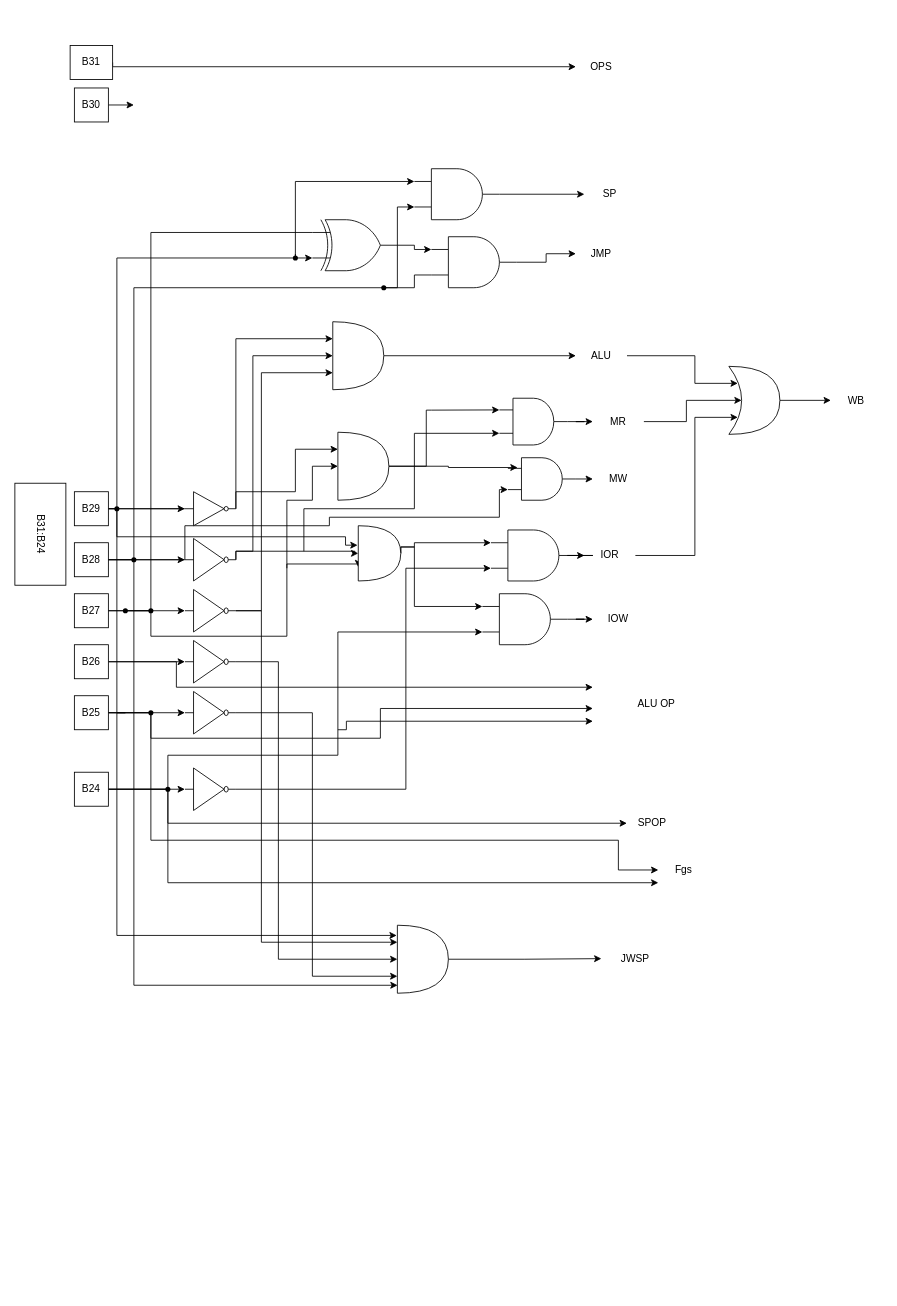
Above: page "Page-2" (2 of 3) of Docs/Design.drawio in AdhamAliAbdelAal/Pipelined-Processor (draw.io), before the change. Source tidied: cells renumbered, new cells numbered last; positions are measured from the earlier drawing's top-left corner, leaving out a move shared by most shapes. Both pictures are drawn from the tidied source at 85%, with x=0, y=0 at pixel (-11, 45).
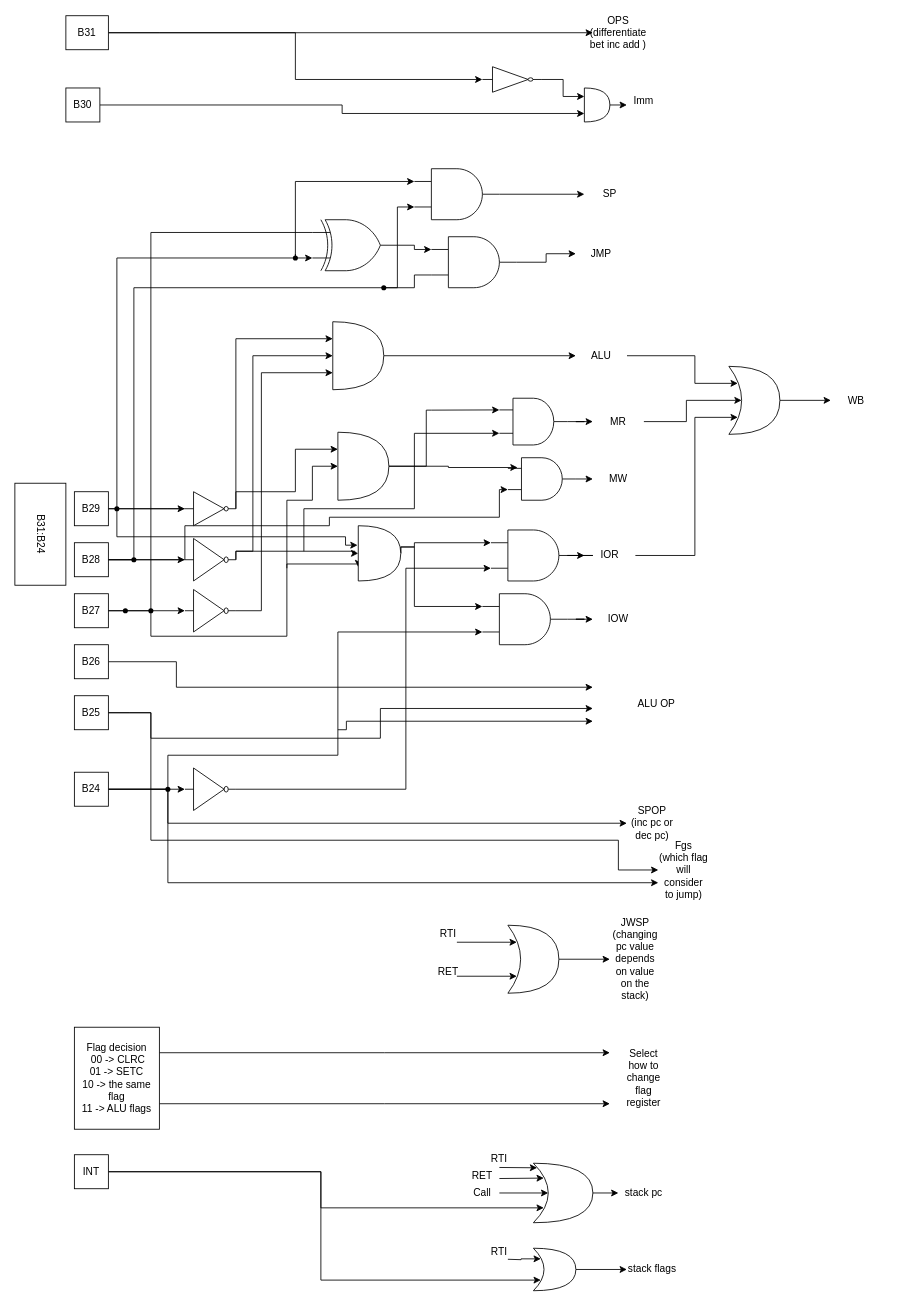
Above is the later version.

Unchanged cells that the change refers to:
```xml
<mxCell id="10" value="B29" style="rounded=0;whiteSpace=wrap;html=1;fontSize=12;" parent="1" vertex="1">
  <mxGeometry x="100" y="525" width="40" height="40" as="geometry" />
</mxCell>
<mxCell id="20" value="B26" style="rounded=0;whiteSpace=wrap;html=1;fontSize=12;" parent="1" vertex="1">
  <mxGeometry x="100" y="705" width="40" height="40" as="geometry" />
</mxCell>
<mxCell id="24" value="B25" style="rounded=0;whiteSpace=wrap;html=1;fontSize=12;" parent="1" vertex="1">
  <mxGeometry x="100" y="765" width="40" height="40" as="geometry" />
</mxCell>
<mxCell id="47" style="verticalLabelPosition=bottom;shadow=0;dashed=0;align=center;html=1;verticalAlign=top;shape=mxgraph.electrical.logic_gates.inverter_2;fontSize=12;" parent="1" vertex="1">
  <mxGeometry x="230" y="640" width="60" height="50" as="geometry" />
</mxCell>
<mxCell id="82" style="shape=waypoint;sketch=0;fillStyle=solid;size=6;points=[];fillColor=none;perimeter=centerPerimeter;snapToPoint=1;fontSize=12;" parent="1" vertex="1">
  <mxGeometry x="140" y="645" width="40" height="40" as="geometry" />
</mxCell>
<mxCell id="84" style="shape=waypoint;sketch=0;fillStyle=solid;size=6;points=[];fillColor=none;perimeter=centerPerimeter;snapToPoint=1;fontSize=12;" parent="1" vertex="1">
  <mxGeometry x="170" y="645" width="40" height="40" as="geometry" />
</mxCell>
<mxCell id="106" style="shape=waypoint;sketch=0;fillStyle=solid;size=6;points=[];fillColor=none;perimeter=centerPerimeter;snapToPoint=1;fontSize=12;" parent="1" vertex="1">
  <mxGeometry x="150" y="585" width="40" height="40" as="geometry" />
</mxCell>
```

Change to the diagram source:
```diff
@@
     <mxCell id="3" style="edgeStyle=orthogonalEdgeStyle;rounded=0;jettySize=auto;html=1;exitX=1;exitY=0.5;exitDx=0;exitDy=0;strokeColor=#000000;strokeWidth=1;fontSize=12;entryX=0;entryY=0.5;entryDx=0;entryDy=0;" parent="1" edge="1" source="4" target="97">
       <mxGeometry relative="1" as="geometry">
         <Array as="points">
-          <mxPoint x="145" y="25" />
+          <mxPoint x="200" y="-15" />
+          <mxPoint x="200" y="-15" />
         </Array>
       </mxGeometry>
     </mxCell>
+    <mxCell id="109" style="edgeStyle=orthogonalEdgeStyle;rounded=0;jettySize=auto;html=1;exitX=1;exitY=0.5;exitDx=0;exitDy=0;entryX=0;entryY=0.5;entryDx=0;entryDy=0;entryPerimeter=0;fontSize=12;" parent="1" edge="1" source="4" target="141">
+      <mxGeometry relative="1" as="geometry" />
+    </mxCell>
     <mxCell id="4" value="B31" style="rounded=0;whiteSpace=wrap;html=1;fontSize=12;" parent="1" vertex="1">
-      <mxGeometry x="95" width="50" height="40" as="geometry" />
+      <mxGeometry x="90" y="-35" width="50" height="40" as="geometry" />
     </mxCell>
-    <mxCell id="5" style="edgeStyle=orthogonalEdgeStyle;rounded=0;jettySize=auto;html=1;exitX=1;exitY=0.5;exitDx=0;exitDy=0;entryX=0;entryY=0.5;entryDx=0;entryDy=0;entryPerimeter=0;strokeColor=#000000;strokeWidth=1;fontSize=12;" parent="1" edge="1" source="6">
-      <mxGeometry relative="1" as="geometry">
-        <mxPoint x="170" y="70" as="targetPoint" />
-      </mxGeometry>
-    </mxCell>
+    <mxCell id="110" style="edgeStyle=orthogonalEdgeStyle;rounded=0;jettySize=auto;html=1;exitX=1;exitY=0.5;exitDx=0;exitDy=0;entryX=0;entryY=0.75;entryDx=0;entryDy=0;entryPerimeter=0;fontSize=12;" parent="1" edge="1" source="6" target="139">
+      <mxGeometry relative="1" as="geometry" />
+    </mxCell>
     <mxCell id="6" value="B30" style="rounded=0;whiteSpace=wrap;html=1;fontSize=12;" parent="1" vertex="1">
-      <mxGeometry x="100" y="50" width="40" height="40" as="geometry" />
+      <mxGeometry x="90" y="50" width="40" height="40" as="geometry" />
     </mxCell>
@@
-    <mxCell id="9" style="edgeStyle=orthogonalEdgeStyle;rounded=0;jettySize=auto;html=1;exitX=1;exitY=0.5;exitDx=0;exitDy=0;entryX=-0.013;entryY=0.15;entryDx=0;entryDy=0;entryPerimeter=0;strokeColor=#000000;strokeWidth=1;fontSize=12;" parent="1" edge="1" source="10" target="103">
-      <mxGeometry relative="1" as="geometry">
-        <Array as="points">
-          <mxPoint x="150" y="545" />
-          <mxPoint x="150" y="1047" />
-        </Array>
-      </mxGeometry>
-    </mxCell>
@@
-    <mxCell id="13" style="edgeStyle=orthogonalEdgeStyle;rounded=0;jettySize=auto;html=1;exitDx=0;exitDy=0;entryX=0.004;entryY=0.883;entryDx=0;entryDy=0;entryPerimeter=0;strokeColor=#000000;strokeWidth=1;fontSize=12;startArrow=none;" parent="1" edge="1" source="106" target="103">
-      <mxGeometry relative="1" as="geometry">
-        <Array as="points">
-          <mxPoint x="170" y="605" />
-          <mxPoint x="170" y="1106" />
-        </Array>
-      </mxGeometry>
-    </mxCell>
@@
-    <mxCell id="18" style="edgeStyle=orthogonalEdgeStyle;rounded=0;jettySize=auto;html=1;exitX=1;exitY=0.5;exitDx=0;exitDy=0;entryX=0;entryY=0.5;entryDx=0;entryDy=0;entryPerimeter=0;strokeColor=#000000;strokeWidth=1;fontSize=12;" parent="1" edge="1" source="20" target="49">
-      <mxGeometry relative="1" as="geometry" />
-    </mxCell>
@@
-    <mxCell id="21" style="edgeStyle=orthogonalEdgeStyle;rounded=0;jettySize=auto;html=1;exitX=1;exitY=0.5;exitDx=0;exitDy=0;entryX=0;entryY=0.5;entryDx=0;entryDy=0;entryPerimeter=0;strokeColor=#000000;strokeWidth=1;fontSize=12;" parent="1" edge="1" source="24" target="51">
-      <mxGeometry relative="1" as="geometry" />
-    </mxCell>
@@
-    <mxCell id="23" style="edgeStyle=orthogonalEdgeStyle;rounded=0;jettySize=auto;html=1;exitDx=0;exitDy=0;strokeColor=#000000;strokeWidth=1;fontSize=12;startArrow=none;" parent="1" edge="1" source="99" target="98">
+    <mxCell id="23" style="edgeStyle=orthogonalEdgeStyle;rounded=0;jettySize=auto;html=1;exitDx=0;exitDy=0;strokeColor=#000000;strokeWidth=1;fontSize=12;startArrow=none;" parent="1" edge="1" target="98">
       <mxGeometry relative="1" as="geometry">
+        <mxPoint x="190" y="785" as="sourcePoint" />
         <Array as="points">
           <mxPoint x="190" y="935" />
           <mxPoint x="740" y="935" />
           <mxPoint x="740" y="970" />
         </Array>
       </mxGeometry>
     </mxCell>
@@
-    <mxCell id="46" style="edgeStyle=orthogonalEdgeStyle;rounded=0;jettySize=auto;html=1;exitX=1;exitY=0.5;exitDx=0;exitDy=0;exitPerimeter=0;entryX=0;entryY=0.25;entryDx=0;entryDy=0;entryPerimeter=0;strokeColor=#000000;strokeWidth=1;fontSize=12;" parent="1" edge="1" source="47" target="103">
-      <mxGeometry relative="1" as="geometry">
-        <Array as="points">
-          <mxPoint x="320" y="665" />
-          <mxPoint x="320" y="1055" />
-        </Array>
-      </mxGeometry>
-    </mxCell>
@@
-    <mxCell id="48" style="edgeStyle=orthogonalEdgeStyle;rounded=0;jettySize=auto;html=1;exitX=1;exitY=0.5;exitDx=0;exitDy=0;exitPerimeter=0;entryX=0;entryY=0.5;entryDx=0;entryDy=0;entryPerimeter=0;strokeColor=#000000;strokeWidth=1;fontSize=12;" parent="1" edge="1" source="49" target="103">
-      <mxGeometry relative="1" as="geometry">
-        <Array as="points">
-          <mxPoint x="340" y="725" />
-          <mxPoint x="340" y="1075" />
-        </Array>
-      </mxGeometry>
-    </mxCell>
-    <mxCell id="49" style="verticalLabelPosition=bottom;shadow=0;dashed=0;align=center;html=1;verticalAlign=top;shape=mxgraph.electrical.logic_gates.inverter_2;fontSize=12;" parent="1" vertex="1">
-      <mxGeometry x="230" y="700" width="60" height="50" as="geometry" />
-    </mxCell>
-    <mxCell id="50" style="edgeStyle=orthogonalEdgeStyle;rounded=0;jettySize=auto;html=1;exitX=1;exitY=0.5;exitDx=0;exitDy=0;exitPerimeter=0;entryX=0;entryY=0.75;entryDx=0;entryDy=0;entryPerimeter=0;strokeColor=#000000;strokeWidth=1;fontSize=12;" parent="1" edge="1" source="51" target="103">
-      <mxGeometry relative="1" as="geometry">
-        <Array as="points">
-          <mxPoint x="380" y="785" />
-          <mxPoint x="380" y="1095" />
-        </Array>
-      </mxGeometry>
-    </mxCell>
-    <mxCell id="51" style="verticalLabelPosition=bottom;shadow=0;dashed=0;align=center;html=1;verticalAlign=top;shape=mxgraph.electrical.logic_gates.inverter_2;fontSize=12;" parent="1" vertex="1">
-      <mxGeometry x="230" y="760" width="60" height="50" as="geometry" />
-    </mxCell>
@@
-    <mxCell id="85" style="edgeStyle=orthogonalEdgeStyle;rounded=0;jettySize=auto;html=1;exitDx=0;exitDy=0;strokeColor=#000000;strokeWidth=1;fontSize=12;entryDx=0;entryDy=0;entryPerimeter=0;startArrow=none;endArrow=none;" parent="1" edge="1" source="82" target="84">
-      <mxGeometry relative="1" as="geometry" />
-    </mxCell>
@@
-    <mxCell id="96" value="SPOP" style="text;html=1;strokeColor=none;fillColor=none;align=center;verticalAlign=middle;whiteSpace=wrap;rounded=0;fontSize=12;" parent="1" vertex="1">
+    <mxCell id="96" value="SPOP&lt;br&gt;(inc pc or dec pc)" style="text;html=1;strokeColor=none;fillColor=none;align=center;verticalAlign=middle;whiteSpace=wrap;rounded=0;fontSize=12;" parent="1" vertex="1">
       <mxGeometry x="750" y="900" width="60" height="30" as="geometry" />
     </mxCell>
-    <mxCell id="97" value="OPS" style="text;html=1;strokeColor=none;fillColor=none;align=center;verticalAlign=middle;whiteSpace=wrap;rounded=0;fontSize=12;" parent="1" vertex="1">
-      <mxGeometry x="690" y="10" width="60" height="30" as="geometry" />
+    <mxCell id="97" value="OPS&lt;br&gt;(differentiate bet inc add )" style="text;html=1;strokeColor=none;fillColor=none;align=center;verticalAlign=middle;whiteSpace=wrap;rounded=0;fontSize=12;" parent="1" vertex="1">
+      <mxGeometry x="710" y="-30" width="60" height="30" as="geometry" />
     </mxCell>
-    <mxCell id="98" value="Fgs" style="text;html=1;strokeColor=none;fillColor=none;align=center;verticalAlign=middle;whiteSpace=wrap;rounded=0;fontSize=12;" parent="1" vertex="1">
+    <mxCell id="98" value="Fgs&lt;br&gt;(which flag will consider to jump)" style="text;html=1;strokeColor=none;fillColor=none;align=center;verticalAlign=middle;whiteSpace=wrap;rounded=0;fontSize=12;" parent="1" vertex="1">
       <mxGeometry x="787" y="955" width="60" height="30" as="geometry" />
     </mxCell>
-    <mxCell id="99" style="shape=waypoint;sketch=0;fillStyle=solid;size=6;points=[];fillColor=none;perimeter=centerPerimeter;snapToPoint=1;fontSize=12;" parent="1" vertex="1">
-      <mxGeometry x="170" y="765" width="40" height="40" as="geometry" />
-    </mxCell>
-    <mxCell id="100" style="edgeStyle=orthogonalEdgeStyle;rounded=0;jettySize=auto;html=1;exitX=1;exitY=0.5;exitDx=0;exitDy=0;strokeColor=#000000;strokeWidth=1;fontSize=12;endArrow=none;" parent="1" edge="1" source="24" target="99">
-      <mxGeometry relative="1" as="geometry" />
+    <mxCell id="100" style="edgeStyle=orthogonalEdgeStyle;rounded=0;jettySize=auto;html=1;exitX=1;exitY=0.5;exitDx=0;exitDy=0;strokeColor=#000000;strokeWidth=1;fontSize=12;endArrow=none;" parent="1" edge="1" source="24">
+      <mxGeometry relative="1" as="geometry">
+        <mxPoint x="190" y="785" as="targetPoint" />
+      </mxGeometry>
     </mxCell>
@@
-    <mxCell id="102" style="edgeStyle=orthogonalEdgeStyle;rounded=0;jettySize=auto;html=1;exitX=1;exitY=0.5;exitDx=0;exitDy=0;exitPerimeter=0;" parent="1" edge="1" source="103">
-      <mxGeometry relative="1" as="geometry">
-        <mxPoint x="720" y="1074.3" as="targetPoint" />
-      </mxGeometry>
-    </mxCell>
-    <mxCell id="103" style="shape=or;whiteSpace=wrap;html=1;fontSize=12;fillColor=default;" parent="1" vertex="1">
-      <mxGeometry x="480" y="1035" width="60" height="80" as="geometry" />
-    </mxCell>
@@
-    <mxCell id="108" value="JWSP" style="text;html=1;strokeColor=none;fillColor=none;align=center;verticalAlign=middle;whiteSpace=wrap;rounded=0;" parent="1" vertex="1">
+    <mxCell id="108" value="JWSP&lt;br&gt;(changing pc value depends on value on the stack)" style="text;html=1;strokeColor=none;fillColor=none;align=center;verticalAlign=middle;whiteSpace=wrap;rounded=0;" parent="1" vertex="1">
       <mxGeometry x="730" y="1060" width="60" height="30" as="geometry" />
     </mxCell>
+    <mxCell id="111" style="edgeStyle=orthogonalEdgeStyle;rounded=0;jettySize=auto;html=1;exitX=1;exitY=0.25;exitDx=0;exitDy=0;fontSize=12;" parent="1" edge="1" source="113">
+      <mxGeometry relative="1" as="geometry">
+        <mxPoint x="730" y="1185" as="targetPoint" />
+      </mxGeometry>
+    </mxCell>
+    <mxCell id="112" style="edgeStyle=orthogonalEdgeStyle;rounded=0;jettySize=auto;html=1;exitX=1;exitY=0.75;exitDx=0;exitDy=0;fontSize=12;" parent="1" edge="1" source="113">
+      <mxGeometry relative="1" as="geometry">
+        <mxPoint x="730" y="1245" as="targetPoint" />
+      </mxGeometry>
+    </mxCell>
+    <mxCell id="113" value="Flag decision&lt;br&gt;&amp;nbsp;00 -&amp;gt; CLRC&lt;br&gt;01 -&amp;gt; SETC&lt;br&gt;10 -&amp;gt; the same flag&lt;br&gt;11 -&amp;gt; ALU flags" style="rounded=0;whiteSpace=wrap;html=1;fontSize=12;" parent="1" vertex="1">
+      <mxGeometry x="100" y="1155" width="100" height="120" as="geometry" />
+    </mxCell>
+    <mxCell id="114" value="Select how to change flag register" style="text;html=1;strokeColor=none;fillColor=none;align=center;verticalAlign=middle;whiteSpace=wrap;rounded=0;fontSize=12;" parent="1" vertex="1">
+      <mxGeometry x="740" y="1200" width="60" height="30" as="geometry" />
+    </mxCell>
+    <mxCell id="115" style="edgeStyle=orthogonalEdgeStyle;rounded=0;jettySize=auto;html=1;exitX=1;exitY=0.5;exitDx=0;exitDy=0;entryX=0.175;entryY=0.75;entryDx=0;entryDy=0;entryPerimeter=0;fontSize=12;" parent="1" edge="1" source="117" target="125">
+      <mxGeometry relative="1" as="geometry" />
+    </mxCell>
+    <mxCell id="116" style="edgeStyle=orthogonalEdgeStyle;rounded=0;jettySize=auto;html=1;exitX=1;exitY=0.5;exitDx=0;exitDy=0;entryX=0.175;entryY=0.75;entryDx=0;entryDy=0;entryPerimeter=0;fontSize=12;" parent="1" edge="1" source="117" target="120">
+      <mxGeometry relative="1" as="geometry">
+        <Array as="points">
+          <mxPoint x="390" y="1325" />
+          <mxPoint x="390" y="1453" />
+        </Array>
+      </mxGeometry>
+    </mxCell>
+    <mxCell id="117" value="INT" style="rounded=0;whiteSpace=wrap;html=1;fontSize=12;" parent="1" vertex="1">
+      <mxGeometry x="100" y="1305" width="40" height="40" as="geometry" />
+    </mxCell>
+    <mxCell id="118" value="stack flags" style="text;html=1;strokeColor=none;fillColor=none;align=center;verticalAlign=middle;whiteSpace=wrap;rounded=0;fontSize=12;" parent="1" vertex="1">
+      <mxGeometry x="750" y="1425" width="60" height="30" as="geometry" />
+    </mxCell>
+    <mxCell id="119" style="edgeStyle=orthogonalEdgeStyle;rounded=0;jettySize=auto;html=1;exitX=1;exitY=0.5;exitDx=0;exitDy=0;exitPerimeter=0;entryX=0;entryY=0.5;entryDx=0;entryDy=0;fontSize=12;" parent="1" edge="1" source="120" target="118">
+      <mxGeometry relative="1" as="geometry" />
+    </mxCell>
+    <mxCell id="120" style="shape=xor;whiteSpace=wrap;html=1;fontSize=12;" parent="1" vertex="1">
+      <mxGeometry x="640" y="1415" width="50" height="50" as="geometry" />
+    </mxCell>
+    <mxCell id="121" style="endArrow=classic;html=1;rounded=0;fontSize=12;entryX=0.175;entryY=0.25;entryDx=0;entryDy=0;entryPerimeter=0;edgeStyle=orthogonalEdgeStyle;" parent="1" edge="1" target="120">
+      <mxGeometry relative="1" as="geometry">
+        <mxPoint x="610" y="1428" as="sourcePoint" />
+      </mxGeometry>
+    </mxCell>
+    <mxCell id="122" value="RTI" style="text;html=1;strokeColor=none;fillColor=none;align=center;verticalAlign=middle;whiteSpace=wrap;rounded=0;fontSize=12;" parent="1" vertex="1">
+      <mxGeometry x="570" y="1405" width="60" height="30" as="geometry" />
+    </mxCell>
+    <mxCell id="123" value="stack pc" style="text;html=1;strokeColor=none;fillColor=none;align=center;verticalAlign=middle;whiteSpace=wrap;rounded=0;fontSize=12;" parent="1" vertex="1">
+      <mxGeometry x="740" y="1335" width="60" height="30" as="geometry" />
+    </mxCell>
+    <mxCell id="124" style="edgeStyle=orthogonalEdgeStyle;rounded=0;jettySize=auto;html=1;exitX=1;exitY=0.5;exitDx=0;exitDy=0;exitPerimeter=0;fontSize=12;" parent="1" edge="1" source="125">
+      <mxGeometry relative="1" as="geometry">
+        <mxPoint x="740" y="1350" as="targetPoint" />
+      </mxGeometry>
+    </mxCell>
+    <mxCell id="125" style="shape=xor;whiteSpace=wrap;html=1;fontSize=12;" parent="1" vertex="1">
+      <mxGeometry x="640" y="1315" width="70" height="70" as="geometry" />
+    </mxCell>
+    <mxCell id="126" style="endArrow=classic;html=1;rounded=0;fontSize=12;entryX=0.25;entryY=0.5;entryDx=0;entryDy=0;entryPerimeter=0;" parent="1" edge="1" target="125">
+      <mxGeometry relative="1" as="geometry">
+        <mxPoint x="600" y="1350" as="sourcePoint" />
+      </mxGeometry>
+    </mxCell>
+    <mxCell id="127" value="Call" style="text;html=1;strokeColor=none;fillColor=none;align=center;verticalAlign=middle;whiteSpace=wrap;rounded=0;fontSize=12;" parent="1" vertex="1">
+      <mxGeometry x="550" y="1335" width="60" height="30" as="geometry" />
+    </mxCell>
+    <mxCell id="128" style="endArrow=classic;html=1;rounded=0;fontSize=12;entryX=0.175;entryY=0.25;entryDx=0;entryDy=0;entryPerimeter=0;" parent="1" edge="1" target="125">
+      <mxGeometry relative="1" as="geometry">
+        <mxPoint x="600" y="1333" as="sourcePoint" />
+      </mxGeometry>
+    </mxCell>
+    <mxCell id="129" value="RET" style="text;html=1;strokeColor=none;fillColor=none;align=center;verticalAlign=middle;whiteSpace=wrap;rounded=0;fontSize=12;" parent="1" vertex="1">
+      <mxGeometry x="550" y="1315" width="60" height="30" as="geometry" />
+    </mxCell>
+    <mxCell id="130" style="endArrow=classic;html=1;rounded=0;fontSize=12;entryX=0.063;entryY=0.077;entryDx=0;entryDy=0;entryPerimeter=0;" parent="1" edge="1" target="125">
+      <mxGeometry relative="1" as="geometry">
+        <mxPoint x="600" y="1320" as="sourcePoint" />
+      </mxGeometry>
+    </mxCell>
+    <mxCell id="131" value="RTI" style="text;html=1;strokeColor=none;fillColor=none;align=center;verticalAlign=middle;whiteSpace=wrap;rounded=0;fontSize=12;" parent="1" vertex="1">
+      <mxGeometry x="570" y="1295" width="60" height="30" as="geometry" />
+    </mxCell>
+    <mxCell id="132" style="edgeStyle=orthogonalEdgeStyle;rounded=0;jettySize=auto;html=1;exitX=1;exitY=0.5;exitDx=0;exitDy=0;exitPerimeter=0;entryX=0;entryY=0.5;entryDx=0;entryDy=0;fontSize=12;" parent="1" edge="1" source="133" target="108">
+      <mxGeometry relative="1" as="geometry" />
+    </mxCell>
+    <mxCell id="133" style="shape=xor;whiteSpace=wrap;html=1;fontSize=12;" parent="1" vertex="1">
+      <mxGeometry x="610" y="1035" width="60" height="80" as="geometry" />
+    </mxCell>
+    <mxCell id="134" style="endArrow=classic;html=1;rounded=0;fontSize=12;entryX=0.175;entryY=0.25;entryDx=0;entryDy=0;entryPerimeter=0;" parent="1" edge="1" target="133">
+      <mxGeometry relative="1" as="geometry">
+        <mxPoint x="550" y="1055" as="sourcePoint" />
+      </mxGeometry>
+    </mxCell>
+    <mxCell id="135" style="endArrow=classic;html=1;rounded=0;fontSize=12;entryX=0.175;entryY=0.75;entryDx=0;entryDy=0;entryPerimeter=0;" parent="1" edge="1" target="133">
+      <mxGeometry relative="1" as="geometry">
+        <mxPoint x="550" y="1095" as="sourcePoint" />
+      </mxGeometry>
+    </mxCell>
+    <mxCell id="136" value="RTI" style="text;html=1;strokeColor=none;fillColor=none;align=center;verticalAlign=middle;whiteSpace=wrap;rounded=0;fontSize=12;" parent="1" vertex="1">
+      <mxGeometry x="510" y="1030" width="60" height="30" as="geometry" />
+    </mxCell>
+    <mxCell id="137" value="RET" style="text;html=1;strokeColor=none;fillColor=none;align=center;verticalAlign=middle;whiteSpace=wrap;rounded=0;fontSize=12;" parent="1" vertex="1">
+      <mxGeometry x="510" y="1075" width="60" height="30" as="geometry" />
+    </mxCell>
+    <mxCell id="138" style="edgeStyle=orthogonalEdgeStyle;rounded=0;jettySize=auto;html=1;exitX=1;exitY=0.5;exitDx=0;exitDy=0;exitPerimeter=0;fontSize=12;" parent="1" edge="1" source="139">
+      <mxGeometry relative="1" as="geometry">
+        <mxPoint x="750" y="70" as="targetPoint" />
+      </mxGeometry>
+    </mxCell>
+    <mxCell id="139" style="shape=or;whiteSpace=wrap;html=1;fontSize=12;" parent="1" vertex="1">
+      <mxGeometry x="700" y="50" width="30" height="40" as="geometry" />
+    </mxCell>
+    <mxCell id="140" style="edgeStyle=orthogonalEdgeStyle;rounded=0;jettySize=auto;html=1;exitX=1;exitY=0.5;exitDx=0;exitDy=0;exitPerimeter=0;entryX=0;entryY=0.25;entryDx=0;entryDy=0;entryPerimeter=0;fontSize=12;" parent="1" edge="1" source="141" target="139">
+      <mxGeometry relative="1" as="geometry" />
+    </mxCell>
+    <mxCell id="141" style="verticalLabelPosition=bottom;shadow=0;dashed=0;align=center;html=1;verticalAlign=top;shape=mxgraph.electrical.logic_gates.inverter_2;fontSize=12;" parent="1" vertex="1">
+      <mxGeometry x="580" y="25" width="70" height="30" as="geometry" />
+    </mxCell>
+    <mxCell id="142" value="Imm" style="text;html=1;strokeColor=none;fillColor=none;align=center;verticalAlign=middle;whiteSpace=wrap;rounded=0;fontSize=12;" parent="1" vertex="1">
+      <mxGeometry x="740" y="50" width="60" height="30" as="geometry" />
+    </mxCell>
```
